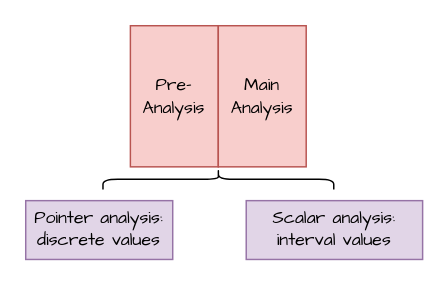
Above: page "single-0-0" (16 of 26) of icse-slides.drawio in jumormt/test (draw.io), before the change. Source tidied: cells renumbered, new cells numbered last; positions are measured from the earlier drawing's top-left corner, leaving out a move shared by most shapes. Both pictures are drawn from the tidied source at 147%, with x=0, y=0 at pixel (25, 25).
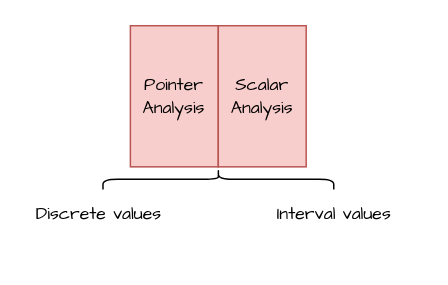
The same page after the edit.

The edit, as a diff of the source:
```diff
@@
 <mxGraphModel>
   <root>
     <mxCell id="0" />
     <mxCell id="1" parent="0" />
-    <mxCell id="2" value="&lt;font face=&quot;Comic Sans MS&quot;&gt;Pre-&lt;/font&gt;&lt;div&gt;&lt;font face=&quot;Comic Sans MS&quot;&gt;Analysis&lt;/font&gt;&lt;/div&gt;" style="rounded=0;whiteSpace=wrap;html=1;fillColor=#f8cecc;strokeColor=#b85450;" parent="1" vertex="1">
+    <mxCell id="2" value="&lt;font face=&quot;Comic Sans MS&quot;&gt;Pointer Analysis&lt;/font&gt;" style="rounded=0;whiteSpace=wrap;html=1;fillColor=#f8cecc;strokeColor=#b85450;" parent="1" vertex="1">
       <mxGeometry x="71.2" width="59.8" height="96" as="geometry" />
     </mxCell>
-    <mxCell id="3" value="&lt;font face=&quot;Comic Sans MS&quot;&gt;Main Analysis&lt;/font&gt;" style="rounded=0;whiteSpace=wrap;html=1;fillColor=#f8cecc;strokeColor=#b85450;" parent="1" vertex="1">
+    <mxCell id="3" value="&lt;font face=&quot;Comic Sans MS&quot;&gt;Scalar Analysis&lt;/font&gt;" style="rounded=0;whiteSpace=wrap;html=1;fillColor=#f8cecc;strokeColor=#b85450;" parent="1" vertex="1">
       <mxGeometry x="131" width="59.8" height="96" as="geometry" />
     </mxCell>
     <mxCell id="4" style="shape=curlyBracket;whiteSpace=wrap;html=1;rounded=1;labelPosition=left;verticalLabelPosition=middle;align=right;verticalAlign=middle;size=0.5;rotation=90;" parent="1" vertex="1">
       <mxGeometry x="124.1" y="26" width="13.9" height="157" as="geometry" />
     </mxCell>
-    <mxCell id="5" value="Scalar analysis: interval values" style="text;html=1;align=center;verticalAlign=middle;whiteSpace=wrap;rounded=0;fontFamily=Comic Sans MS;fillColor=#e1d5e7;strokeColor=#9673a6;" parent="1" vertex="1">
-      <mxGeometry x="150" y="119" width="120" height="40" as="geometry" />
+    <mxCell id="5" value="Interval values" style="text;html=1;align=center;verticalAlign=middle;whiteSpace=wrap;rounded=0;fontFamily=Comic Sans MS;" parent="1" vertex="1">
+      <mxGeometry x="150" y="119" width="120" height="20" as="geometry" />
     </mxCell>
-    <mxCell id="6" value="Pointer analysis: discrete values" style="text;html=1;align=center;verticalAlign=middle;whiteSpace=wrap;rounded=0;fontFamily=Comic Sans MS;fillColor=#e1d5e7;strokeColor=#9673a6;" parent="1" vertex="1">
-      <mxGeometry y="119" width="100" height="40" as="geometry" />
+    <mxCell id="6" value="Discrete values" style="text;html=1;align=center;verticalAlign=middle;whiteSpace=wrap;rounded=0;fontFamily=Comic Sans MS;" parent="1" vertex="1">
+      <mxGeometry y="119" width="100" height="20" as="geometry" />
     </mxCell>
   </root>
 </mxGraphModel>
```
